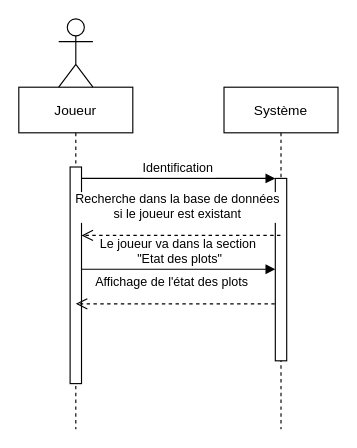
The draw.io diagram 1-Spécifications/Sequence/DiagrammeDeSéquence_Visualiser_l'état_des_plots.drawio in Kimaaaaaaa/Plots-_Lumineux_BTS_2022-2024, before the edit. Source tidied: cells renumbered, new cells numbered last; positions are measured from the earlier drawing's top-left corner, leaving out a move shared by most shapes. Both pictures are drawn from the tidied source at 114%, with x=0, y=0 at pixel (18, 18).
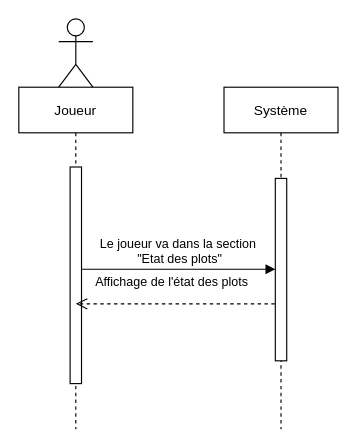
After the change.

What changed in the source:
```diff
@@
 <mxGraphModel>
   <root>
     <mxCell id="0" />
     <mxCell id="1" parent="0" />
     <mxCell id="2" value="Joueur" style="shape=umlLifeline;perimeter=lifelinePerimeter;rounded=0;shadow=0;strokeWidth=1;" parent="1" vertex="1">
       <mxGeometry y="60" width="100" height="300" as="geometry" />
     </mxCell>
     <mxCell id="3" style="points=[];perimeter=orthogonalPerimeter;rounded=0;shadow=0;strokeWidth=1;" parent="2" vertex="1">
       <mxGeometry x="45" y="70" width="10" height="190" as="geometry" />
     </mxCell>
     <mxCell id="4" value="Système" style="shape=umlLifeline;perimeter=lifelinePerimeter;rounded=0;shadow=0;strokeWidth=1;" parent="1" vertex="1">
       <mxGeometry x="180" y="60" width="100" height="300" as="geometry" />
     </mxCell>
     <mxCell id="5" style="points=[];perimeter=orthogonalPerimeter;rounded=0;shadow=0;strokeWidth=1;" parent="4" vertex="1">
       <mxGeometry x="45" y="80" width="10" height="160" as="geometry" />
     </mxCell>
     <mxCell id="6" value="Le joueur va dans la section&#10; &quot;Etat des plots&quot;" style="verticalAlign=bottom;endArrow=block;entryX=0;entryY=0;shadow=0;strokeWidth=1;" parent="4" edge="1">
       <mxGeometry relative="1" as="geometry">
         <mxPoint x="-125" y="159.7" as="sourcePoint" />
         <mxPoint x="45" y="159.7" as="targetPoint" />
       </mxGeometry>
     </mxCell>
-    <mxCell id="7" value="Recherche dans la base de données &#10;si le joueur est existant" style="verticalAlign=bottom;endArrow=open;dashed=1;endSize=8;shadow=0;strokeWidth=1;" parent="1" edge="1" source="4" target="3">
-      <mxGeometry x="0.03" y="-10" relative="1" as="geometry">
-        <Array as="points">
-          <mxPoint x="200" y="190" />
-          <mxPoint x="100" y="190" />
-        </Array>
-      </mxGeometry>
-    </mxCell>
-    <mxCell id="8" value="Identification" style="verticalAlign=bottom;endArrow=block;entryX=0;entryY=0;shadow=0;strokeWidth=1;" parent="1" edge="1" source="3" target="5">
-      <mxGeometry relative="1" as="geometry" />
-    </mxCell>
     <mxCell id="9" value="Affichage de l'état des plots" style="verticalAlign=bottom;endArrow=open;dashed=1;endSize=8;shadow=0;strokeWidth=1;" parent="1" edge="1">
       <mxGeometry x="0.03" y="-10" relative="1" as="geometry">
         <mxPoint x="224.5" y="250" as="sourcePoint" />
         <mxPoint x="50" y="250" as="targetPoint" />
         <Array as="points">
           <mxPoint x="195" y="250" />
           <mxPoint x="95" y="250" />
         </Array>
       </mxGeometry>
     </mxCell>
     <mxCell id="10" style="shape=umlActor;verticalLabelPosition=bottom;verticalAlign=top;html=1;" parent="1" vertex="1">
       <mxGeometry x="35" width="30" height="60" as="geometry" />
     </mxCell>
   </root>
 </mxGraphModel>
```
